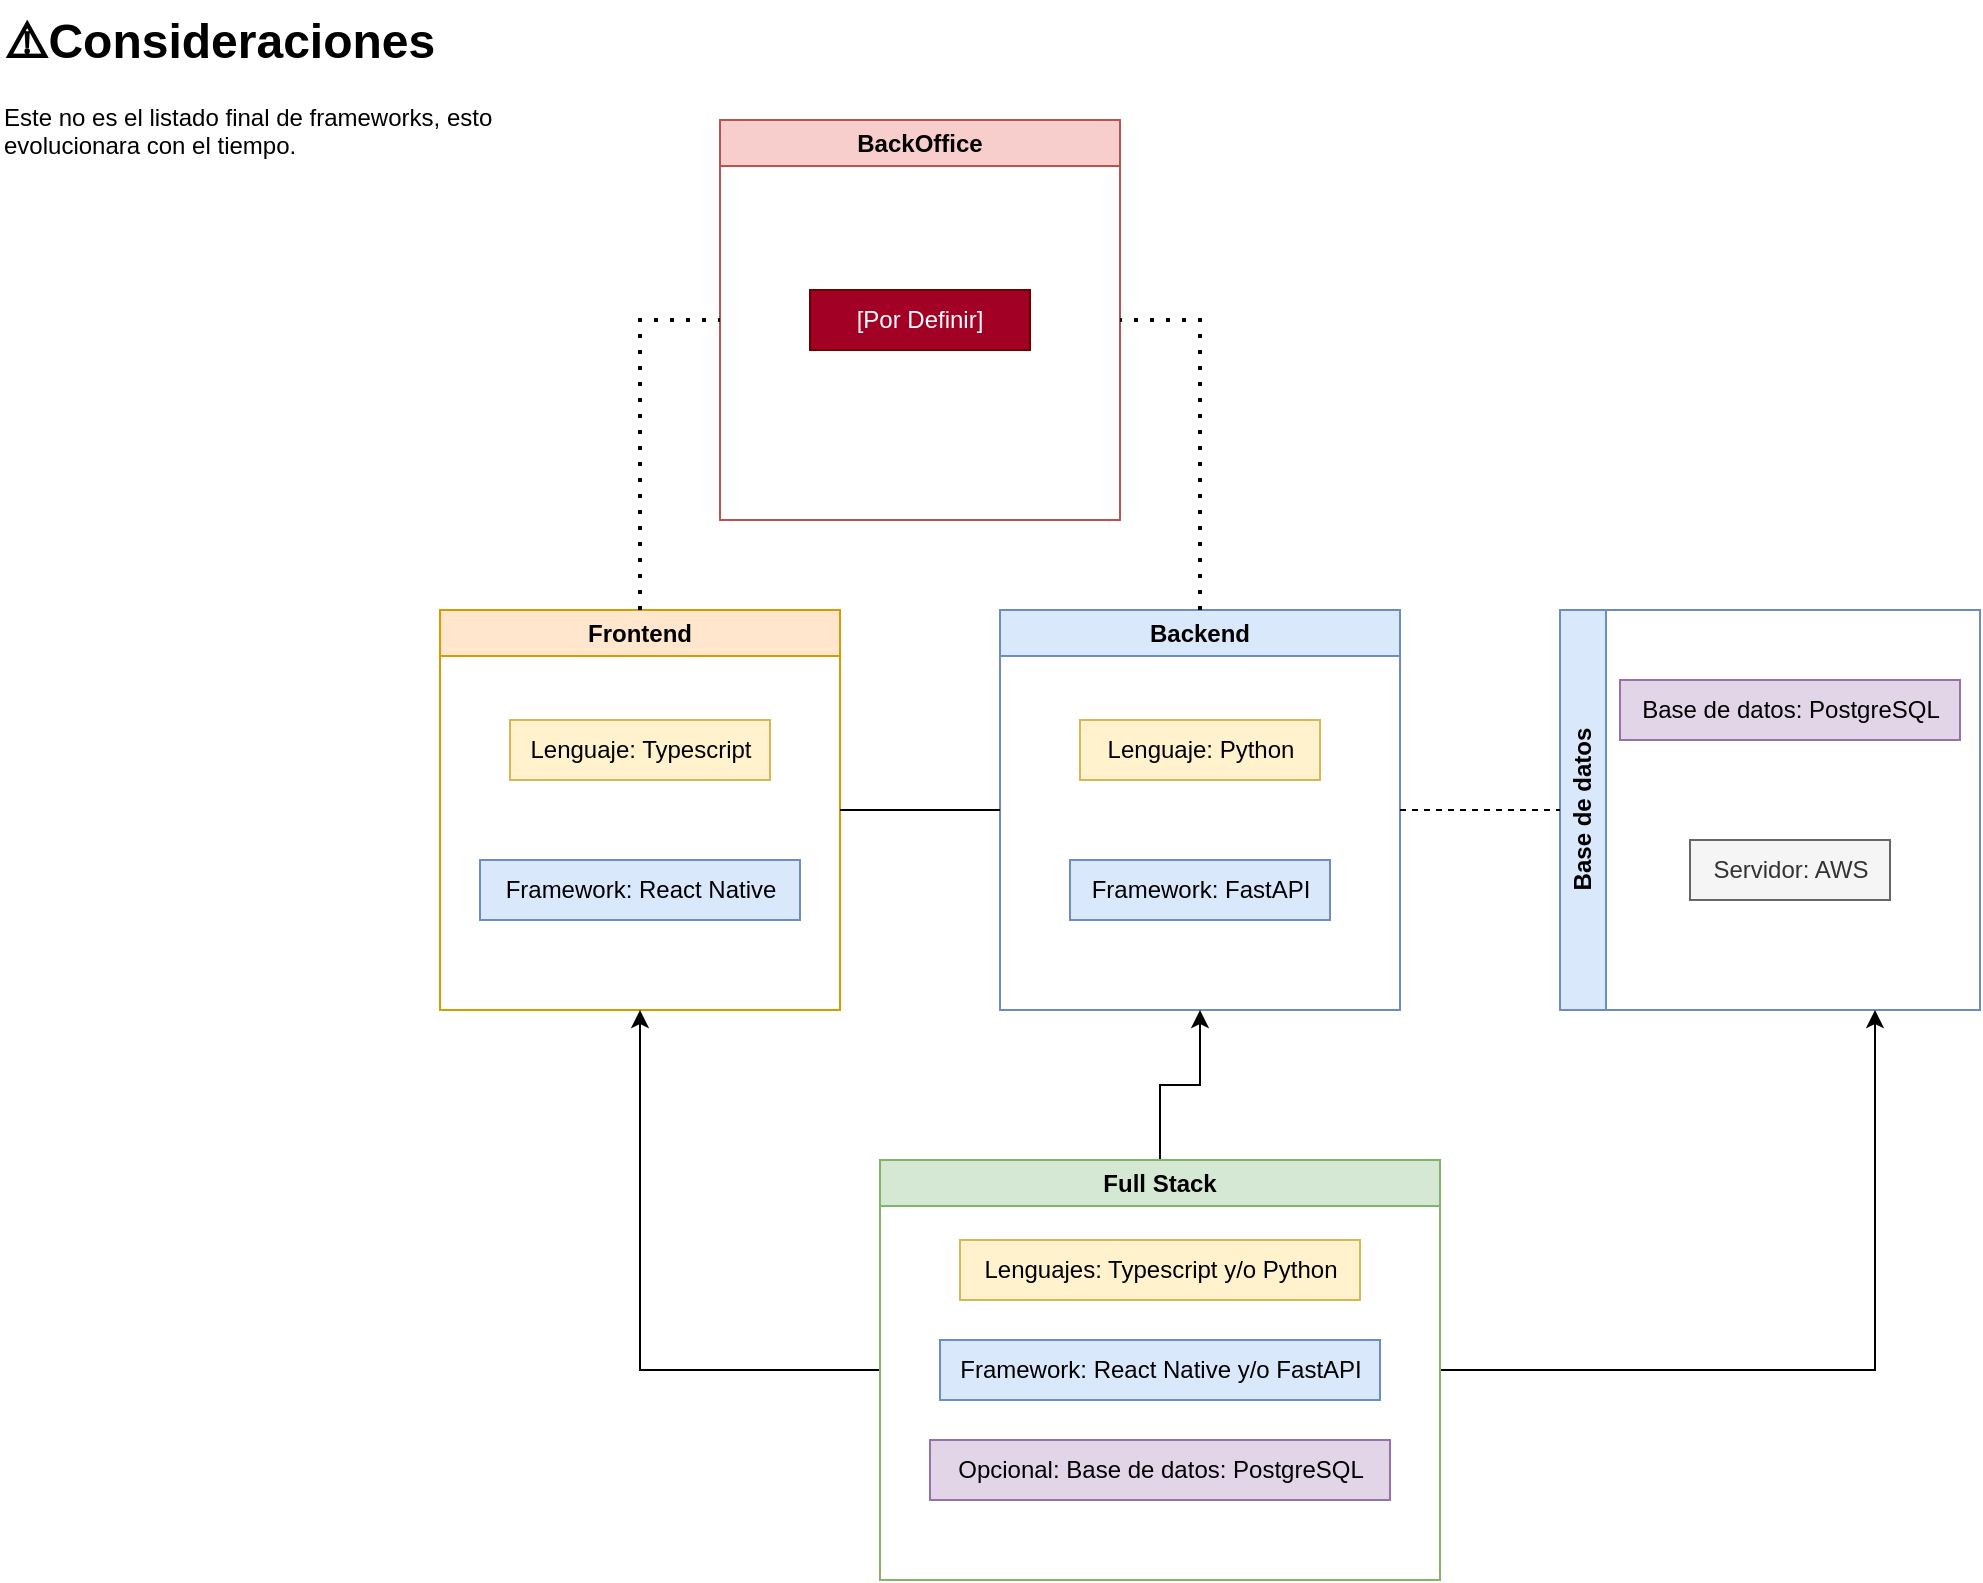
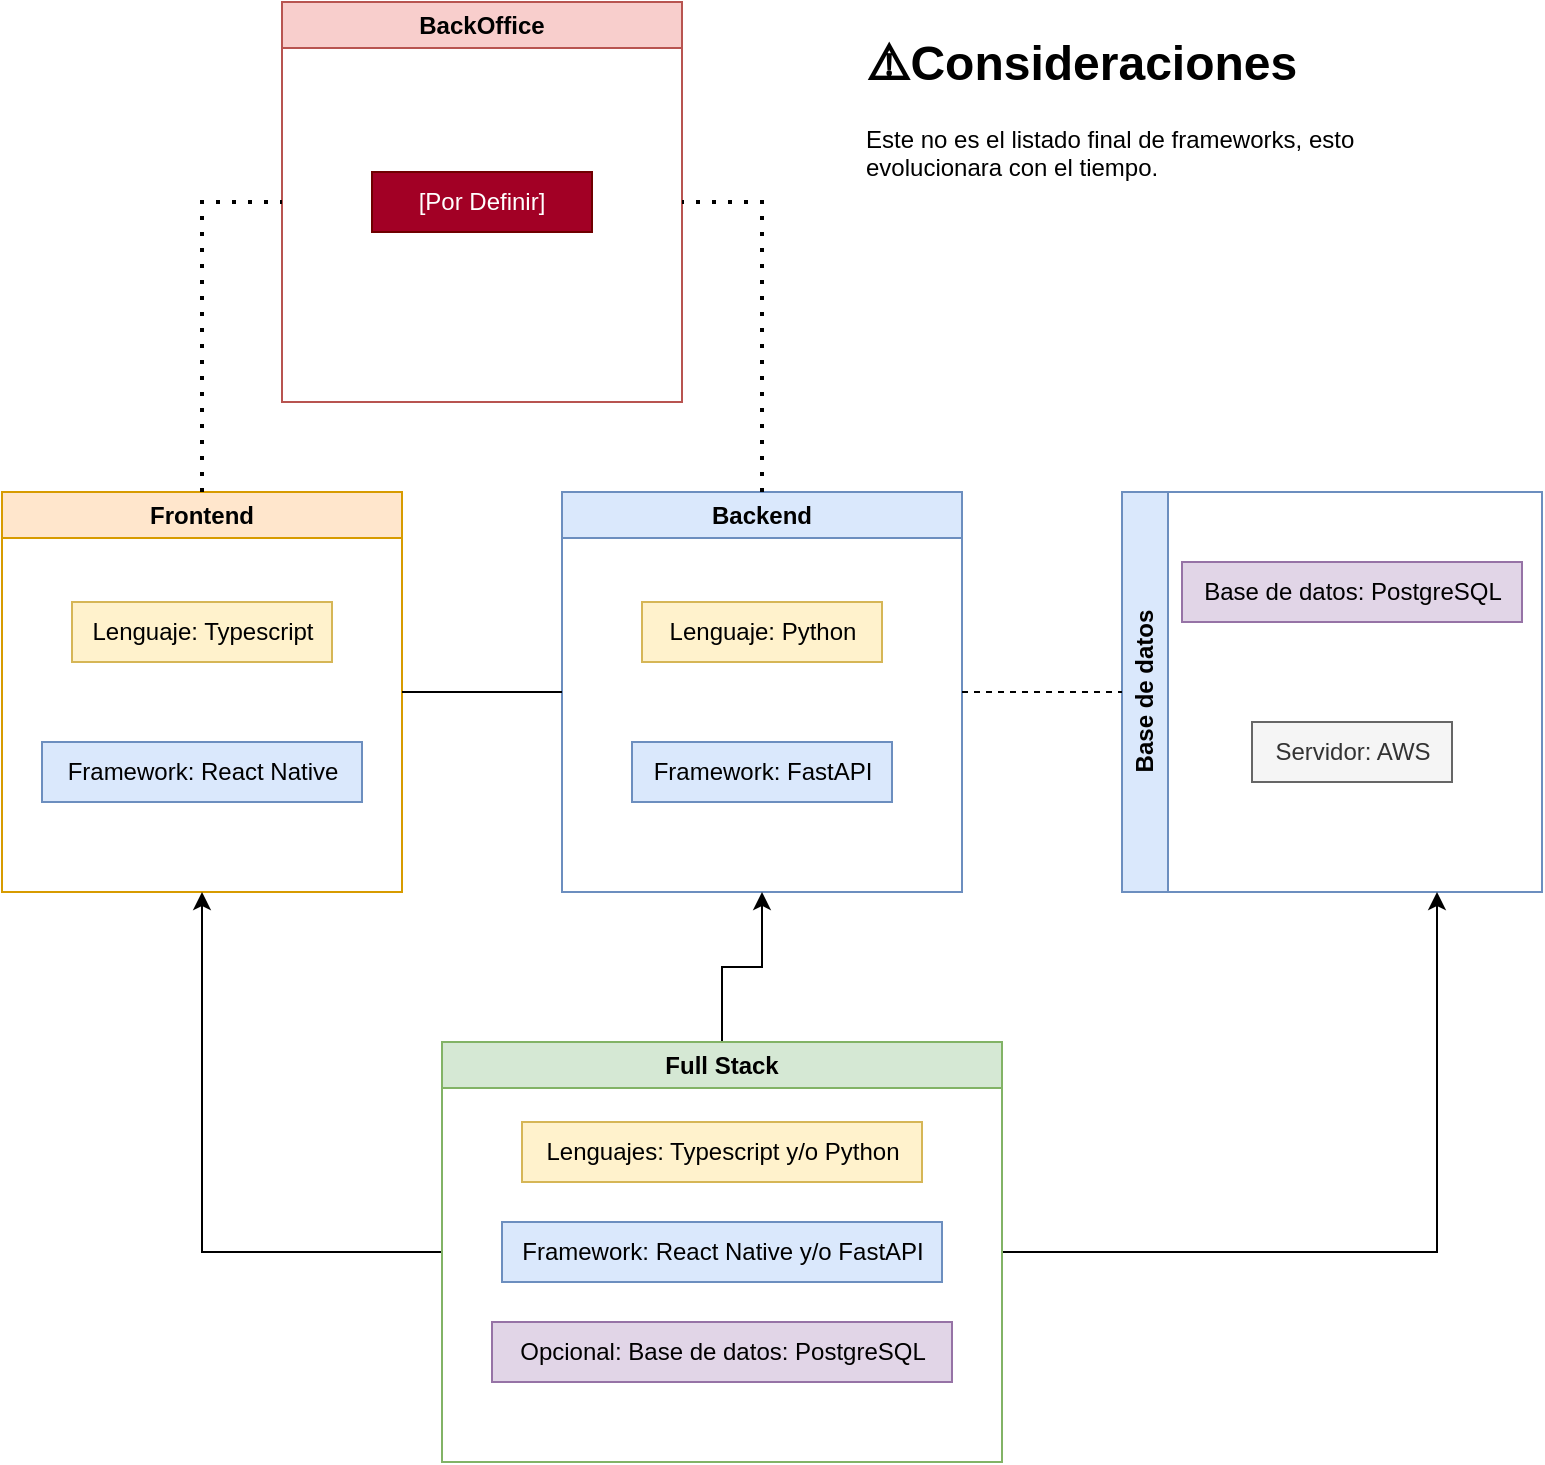
<mxfile host="app.diagrams.net" agent="Mozilla/5.0 (Windows NT 10.0; Win64; x64; rv:136.0) Gecko/20100101 Firefox/136.0" version="26.1.3">
  <diagram name="Page-1" id="5f0bae14-7c28-e335-631c-24af17079c00">
    <mxGraphModel dx="893" dy="674" grid="1" gridSize="10" guides="1" tooltips="1" connect="1" arrows="1" fold="1" page="1" pageScale="1" pageWidth="1100" pageHeight="850" background="none" math="0" shadow="0">
      <root>
        <mxCell id="0" />
        <mxCell id="1" parent="0" />
        <mxCell id="GHSZqHKe280tCcFjGG4P-3" value="&lt;div&gt;Frontend&lt;/div&gt;" style="swimlane;whiteSpace=wrap;html=1;startSize=23;fillColor=#ffe6cc;strokeColor=#d79b00;" parent="1" vertex="1">
          <mxGeometry x="240" y="325" width="200" height="200" as="geometry" />
        </mxCell>
        <mxCell id="GHSZqHKe280tCcFjGG4P-30" value="Lenguaje: Typescript" style="text;html=1;align=center;verticalAlign=middle;resizable=0;points=[];autosize=1;strokeColor=#d6b656;fillColor=#fff2cc;" parent="GHSZqHKe280tCcFjGG4P-3" vertex="1">
          <mxGeometry x="35" y="55" width="130" height="30" as="geometry" />
        </mxCell>
        <mxCell id="GHSZqHKe280tCcFjGG4P-31" value="&lt;div&gt;Framework: React Native&lt;/div&gt;" style="text;html=1;align=center;verticalAlign=middle;resizable=0;points=[];autosize=1;strokeColor=#6c8ebf;fillColor=#dae8fc;" parent="GHSZqHKe280tCcFjGG4P-3" vertex="1">
          <mxGeometry x="20" y="125" width="160" height="30" as="geometry" />
        </mxCell>
        <mxCell id="GHSZqHKe280tCcFjGG4P-8" value="&lt;div&gt;Backend&lt;/div&gt;" style="swimlane;whiteSpace=wrap;html=1;fillColor=#dae8fc;strokeColor=#6c8ebf;" parent="1" vertex="1">
          <mxGeometry x="520" y="325" width="200" height="200" as="geometry" />
        </mxCell>
        <mxCell id="GHSZqHKe280tCcFjGG4P-26" value="&lt;div&gt;Lenguaje: Python&lt;/div&gt;" style="text;html=1;align=center;verticalAlign=middle;resizable=0;points=[];autosize=1;strokeColor=#d6b656;fillColor=#fff2cc;" parent="GHSZqHKe280tCcFjGG4P-8" vertex="1">
          <mxGeometry x="40" y="55" width="120" height="30" as="geometry" />
        </mxCell>
        <mxCell id="GHSZqHKe280tCcFjGG4P-28" value="&lt;div&gt;Framework: FastAPI&lt;/div&gt;" style="text;html=1;align=center;verticalAlign=middle;resizable=0;points=[];autosize=1;strokeColor=#6c8ebf;fillColor=#dae8fc;" parent="GHSZqHKe280tCcFjGG4P-8" vertex="1">
          <mxGeometry x="35" y="125" width="130" height="30" as="geometry" />
        </mxCell>
        <mxCell id="GHSZqHKe280tCcFjGG4P-9" value="BackOffice" style="swimlane;whiteSpace=wrap;html=1;fillColor=#f8cecc;strokeColor=#b85450;" parent="1" vertex="1">
          <mxGeometry x="380" y="80" width="200" height="200" as="geometry" />
        </mxCell>
        <mxCell id="GHSZqHKe280tCcFjGG4P-33" value="[Por Definir]" style="text;html=1;align=center;verticalAlign=middle;whiteSpace=wrap;rounded=0;fillColor=#a20025;fontColor=#ffffff;strokeColor=#6F0000;" parent="GHSZqHKe280tCcFjGG4P-9" vertex="1">
          <mxGeometry x="45" y="85" width="110" height="30" as="geometry" />
        </mxCell>
        <mxCell id="GHSZqHKe280tCcFjGG4P-10" value="Base de datos" style="swimlane;horizontal=0;whiteSpace=wrap;html=1;fillColor=#dae8fc;strokeColor=#6c8ebf;" parent="1" vertex="1">
          <mxGeometry x="800" y="325" width="210" height="200" as="geometry" />
        </mxCell>
        <mxCell id="GHSZqHKe280tCcFjGG4P-32" value="Base de datos: PostgreSQL" style="text;html=1;align=center;verticalAlign=middle;resizable=0;points=[];autosize=1;strokeColor=#9673a6;fillColor=#e1d5e7;" parent="GHSZqHKe280tCcFjGG4P-10" vertex="1">
          <mxGeometry x="30" y="35" width="170" height="30" as="geometry" />
        </mxCell>
        <mxCell id="unBNjvJRPo2GrpM0oRp7-13" value="Servidor: AWS" style="text;html=1;align=center;verticalAlign=middle;resizable=0;points=[];autosize=1;strokeColor=#666666;fillColor=#f5f5f5;fontColor=#333333;" vertex="1" parent="GHSZqHKe280tCcFjGG4P-10">
          <mxGeometry x="65" y="115" width="100" height="30" as="geometry" />
        </mxCell>
        <mxCell id="GHSZqHKe280tCcFjGG4P-15" value="" style="endArrow=none;html=1;rounded=0;entryX=0;entryY=0.5;entryDx=0;entryDy=0;exitX=1;exitY=0.5;exitDx=0;exitDy=0;dashed=1;" parent="1" source="GHSZqHKe280tCcFjGG4P-8" target="GHSZqHKe280tCcFjGG4P-10" edge="1">
          <mxGeometry width="50" height="50" relative="1" as="geometry">
            <mxPoint x="730" y="425" as="sourcePoint" />
            <mxPoint x="770" y="380" as="targetPoint" />
          </mxGeometry>
        </mxCell>
        <mxCell id="GHSZqHKe280tCcFjGG4P-17" value="" style="endArrow=none;html=1;rounded=0;exitX=1;exitY=0.5;exitDx=0;exitDy=0;entryX=0;entryY=0.5;entryDx=0;entryDy=0;" parent="1" source="GHSZqHKe280tCcFjGG4P-3" target="GHSZqHKe280tCcFjGG4P-8" edge="1">
          <mxGeometry width="50" height="50" relative="1" as="geometry">
            <mxPoint x="480" y="330" as="sourcePoint" />
            <mxPoint x="530" y="280" as="targetPoint" />
            <Array as="points" />
          </mxGeometry>
        </mxCell>
        <mxCell id="GHSZqHKe280tCcFjGG4P-22" value="" style="endArrow=none;dashed=1;html=1;dashPattern=1 3;strokeWidth=2;rounded=0;exitX=0.5;exitY=0;exitDx=0;exitDy=0;entryX=0;entryY=0.5;entryDx=0;entryDy=0;" parent="1" source="GHSZqHKe280tCcFjGG4P-3" target="GHSZqHKe280tCcFjGG4P-9" edge="1">
          <mxGeometry width="50" height="50" relative="1" as="geometry">
            <mxPoint x="480" y="330" as="sourcePoint" />
            <mxPoint x="530" y="280" as="targetPoint" />
            <Array as="points">
              <mxPoint x="340" y="180" />
            </Array>
          </mxGeometry>
        </mxCell>
        <mxCell id="GHSZqHKe280tCcFjGG4P-24" value="" style="endArrow=none;dashed=1;html=1;dashPattern=1 3;strokeWidth=2;rounded=0;exitX=0.5;exitY=0;exitDx=0;exitDy=0;entryX=1;entryY=0.5;entryDx=0;entryDy=0;" parent="1" source="GHSZqHKe280tCcFjGG4P-8" target="GHSZqHKe280tCcFjGG4P-9" edge="1">
          <mxGeometry width="50" height="50" relative="1" as="geometry">
            <mxPoint x="480" y="330" as="sourcePoint" />
            <mxPoint x="530" y="280" as="targetPoint" />
            <Array as="points">
              <mxPoint x="620" y="180" />
            </Array>
          </mxGeometry>
        </mxCell>
        <mxCell id="unBNjvJRPo2GrpM0oRp7-6" style="edgeStyle=orthogonalEdgeStyle;rounded=0;orthogonalLoop=1;jettySize=auto;html=1;entryX=0.5;entryY=1;entryDx=0;entryDy=0;" edge="1" parent="1" source="unBNjvJRPo2GrpM0oRp7-3" target="GHSZqHKe280tCcFjGG4P-3">
          <mxGeometry relative="1" as="geometry" />
        </mxCell>
        <mxCell id="unBNjvJRPo2GrpM0oRp7-7" style="edgeStyle=orthogonalEdgeStyle;rounded=0;orthogonalLoop=1;jettySize=auto;html=1;exitX=0.5;exitY=0;exitDx=0;exitDy=0;entryX=0.5;entryY=1;entryDx=0;entryDy=0;" edge="1" parent="1" source="unBNjvJRPo2GrpM0oRp7-3" target="GHSZqHKe280tCcFjGG4P-8">
          <mxGeometry relative="1" as="geometry" />
        </mxCell>
        <mxCell id="unBNjvJRPo2GrpM0oRp7-8" style="edgeStyle=orthogonalEdgeStyle;rounded=0;orthogonalLoop=1;jettySize=auto;html=1;exitX=1;exitY=0.5;exitDx=0;exitDy=0;entryX=0.75;entryY=1;entryDx=0;entryDy=0;" edge="1" parent="1" source="unBNjvJRPo2GrpM0oRp7-3" target="GHSZqHKe280tCcFjGG4P-10">
          <mxGeometry relative="1" as="geometry" />
        </mxCell>
        <mxCell id="unBNjvJRPo2GrpM0oRp7-3" value="Full Stack" style="swimlane;whiteSpace=wrap;html=1;startSize=23;fillColor=#d5e8d4;strokeColor=#82b366;" vertex="1" parent="1">
          <mxGeometry x="460" y="600" width="280" height="210" as="geometry" />
        </mxCell>
        <mxCell id="unBNjvJRPo2GrpM0oRp7-4" value="Lenguajes: Typescript y/o Python" style="text;html=1;align=center;verticalAlign=middle;resizable=0;points=[];autosize=1;strokeColor=#d6b656;fillColor=#fff2cc;" vertex="1" parent="unBNjvJRPo2GrpM0oRp7-3">
          <mxGeometry x="40" y="40" width="200" height="30" as="geometry" />
        </mxCell>
        <mxCell id="unBNjvJRPo2GrpM0oRp7-5" value="&lt;div&gt;Framework: React Native y/o FastAPI&lt;/div&gt;" style="text;html=1;align=center;verticalAlign=middle;resizable=0;points=[];autosize=1;strokeColor=#6c8ebf;fillColor=#dae8fc;" vertex="1" parent="unBNjvJRPo2GrpM0oRp7-3">
          <mxGeometry x="30" y="90" width="220" height="30" as="geometry" />
        </mxCell>
        <mxCell id="unBNjvJRPo2GrpM0oRp7-9" value="Opcional: Base de datos: PostgreSQL" style="text;html=1;align=center;verticalAlign=middle;resizable=0;points=[];autosize=1;strokeColor=#9673a6;fillColor=#e1d5e7;" vertex="1" parent="unBNjvJRPo2GrpM0oRp7-3">
          <mxGeometry x="25" y="140" width="230" height="30" as="geometry" />
        </mxCell>
        <mxCell id="unBNjvJRPo2GrpM0oRp7-10" value="&lt;h1 style=&quot;margin-top: 0px;&quot;&gt;⚠️Consideraciones&lt;/h1&gt;&lt;p&gt;Este no es el listado final de frameworks, esto evolucionara con el tiempo.&lt;/p&gt;" style="text;html=1;whiteSpace=wrap;overflow=hidden;rounded=0;" vertex="1" parent="1">
-           <mxGeometry x="20" y="20" width="250" height="150" as="geometry" />
+           <mxGeometry x="670" y="90" width="250" height="150" as="geometry" />
        </mxCell>
      </root>
    </mxGraphModel>
  </diagram>
</mxfile>
